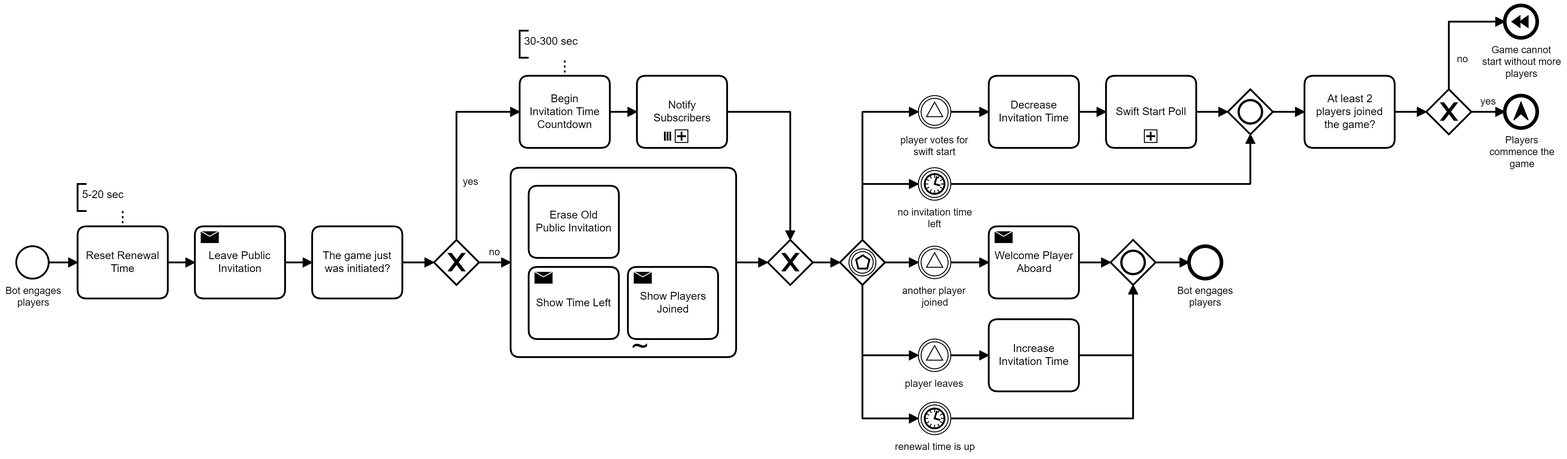
Earlier version of the BPMN export Processes/Invite Players.png (nonstorio/nosenstory-design). Its source is kept beside it as Processes/Invite Players.bpmn. Ids are renumbered.
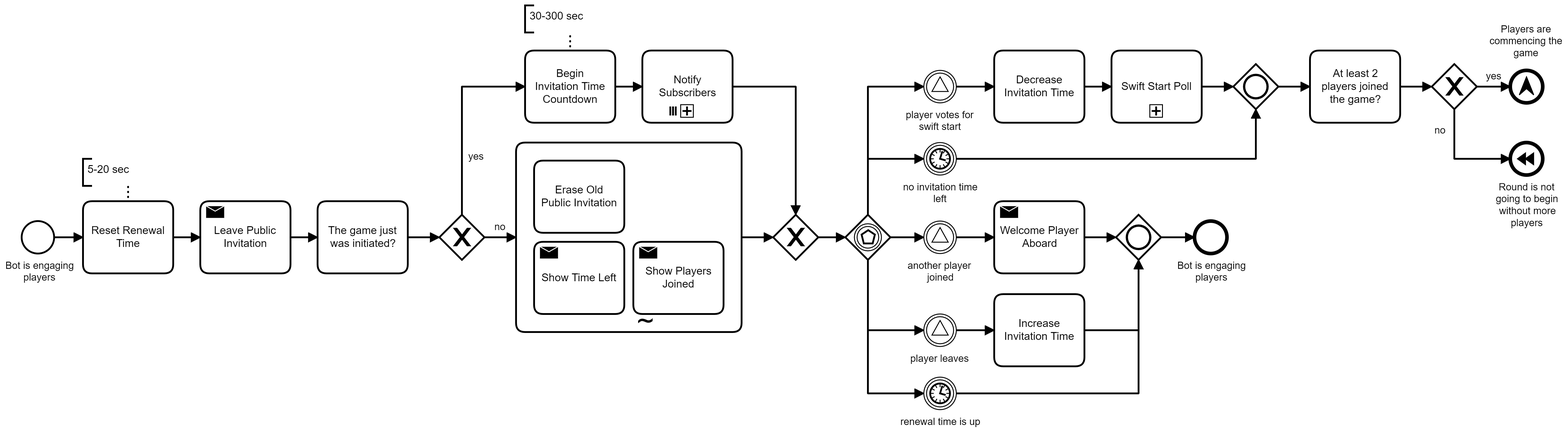
Later version of the same file.

The edit, as a diff of the source:
```diff
@@ -1,6 +1,6 @@
 <bpmn:definitions xmlns:bpmn="http://www.omg.org/spec/BPMN/20100524/MODEL" xmlns:bpmndi="http://www.omg.org/spec/BPMN/20100524/DI" xmlns:dc="http://www.omg.org/spec/DD/20100524/DC" xmlns:di="http://www.omg.org/spec/DD/20100524/DI" id="Definitions_n1" targetNamespace="http://bpmn.io/schema/bpmn" exporter="Camunda Modeler" exporterVersion="3.7.0">
   <bpmn:process id="Process_n2" name="Invite Players" isExecutable="true">
-    <bpmn:startEvent id="StartEvent_1" name="Bot engages players">
+    <bpmn:startEvent id="StartEvent_1" name="Bot is engaging players">
       <bpmn:outgoing>Flow_n3</bpmn:outgoing>
     </bpmn:startEvent>
     <bpmn:sequenceFlow id="Flow_n3" sourceRef="StartEvent_1" targetRef="Activity_n4" />
@@ -39,7 +39,7 @@
       <bpmn:timerEventDefinition id="TimerEventDefinition_n25" />
     </bpmn:intermediateCatchEvent>
     <bpmn:sequenceFlow id="Flow_n18" sourceRef="Gateway_n17" targetRef="Event_n23" />
-    <bpmn:endEvent id="Event_n26" name="Bot engages players">
+    <bpmn:endEvent id="Event_n26" name="Bot is engaging players">
       <bpmn:incoming>Flow_n27</bpmn:incoming>
     </bpmn:endEvent>
     <bpmn:sequenceFlow id="Flow_n19" sourceRef="Gateway_n17" targetRef="Event_n28" />
@@ -82,7 +82,7 @@
     </bpmn:adHocSubProcess>
     <bpmn:sequenceFlow id="Flow_n15" sourceRef="Activity_n43" targetRef="Gateway_n13" />
     <bpmn:sequenceFlow id="Flow_n12" name="no" sourceRef="Gateway_n9" targetRef="Activity_n43" />
-    <bpmn:endEvent id="Event_n47" name="Players commence the game">
+    <bpmn:endEvent id="Event_n47" name="Players are commencing the game">
       <bpmn:incoming>Flow_n48</bpmn:incoming>
       <bpmn:escalationEventDefinition id="EscalationEventDefinition_n49" />
     </bpmn:endEvent>
@@ -141,7 +141,7 @@
     </bpmn:exclusiveGateway>
     <bpmn:sequenceFlow id="Flow_n48" name="yes" sourceRef="Gateway_n63" targetRef="Event_n47" />
     <bpmn:sequenceFlow id="Flow_n64" name="no" sourceRef="Gateway_n63" targetRef="Event_n65" />
-    <bpmn:endEvent id="Event_n65" name="Game cannot start without more players">
+    <bpmn:endEvent id="Event_n65" name="Round is not going to begin without more players">
       <bpmn:incoming>Flow_n64</bpmn:incoming>
       <bpmn:compensateEventDefinition id="CompensateEventDefinition_n66" />
     </bpmn:endEvent>
@@ -164,7 +164,7 @@
       <bpmndi:BPMNShape id="_BPMNShape_StartEvent_2" bpmnElement="StartEvent_1">
         <dc:Bounds x="172" y="319" width="36" height="36" />
         <bpmndi:BPMNLabel>
-          <dc:Bounds x="160" y="362" width="63" height="27" />
+          <dc:Bounds x="154" y="362" width="76" height="27" />
         </bpmndi:BPMNLabel>
       </bpmndi:BPMNShape>
       <bpmndi:BPMNEdge id="Flow_n3_di" bpmnElement="Flow_n3">
@@ -218,7 +218,7 @@
       <bpmndi:BPMNShape id="Event_n26_di" bpmnElement="Event_n26">
         <dc:Bounds x="1472" y="319" width="36" height="36" />
         <bpmndi:BPMNLabel>
-          <dc:Bounds x="1459" y="362" width="63" height="27" />
+          <dc:Bounds x="1453" y="362" width="76" height="27" />
         </bpmndi:BPMNLabel>
       </bpmndi:BPMNShape>
       <bpmndi:BPMNEdge id="Flow_n19_di" bpmnElement="Flow_n19">
@@ -300,7 +300,7 @@
       <bpmndi:BPMNShape id="Event_16b0lgf_di" bpmnElement="Event_n47">
         <dc:Bounds x="1822" y="152" width="36" height="36" />
         <bpmndi:BPMNLabel>
-          <dc:Bounds x="1805" y="195" width="73" height="40" />
+          <dc:Bounds x="1799" y="100" width="81" height="40" />
         </bpmndi:BPMNLabel>
       </bpmndi:BPMNShape>
       <bpmndi:BPMNShape id="Activity_n42_di" bpmnElement="Activity_n42">
@@ -393,17 +393,17 @@
         </bpmndi:BPMNLabel>
       </bpmndi:BPMNEdge>
       <bpmndi:BPMNEdge id="Flow_n64_di" bpmnElement="Flow_n64">
-        <di:waypoint x="1760" y="145" />
-        <di:waypoint x="1760" y="70" />
-        <di:waypoint x="1822" y="70" />
+        <di:waypoint x="1760" y="195" />
+        <di:waypoint x="1760" y="250" />
+        <di:waypoint x="1822" y="250" />
         <bpmndi:BPMNLabel>
-          <dc:Bounds x="1769" y="105" width="13" height="14" />
+          <dc:Bounds x="1738" y="212" width="13" height="14" />
         </bpmndi:BPMNLabel>
       </bpmndi:BPMNEdge>
       <bpmndi:BPMNShape id="Event_1y55bq5_di" bpmnElement="Event_n65">
-        <dc:Bounds x="1822" y="52" width="36" height="36" />
+        <dc:Bounds x="1822" y="232" width="36" height="36" />
         <bpmndi:BPMNLabel>
-          <dc:Bounds x="1797" y="95" width="88" height="40" />
+          <dc:Bounds x="1806" y="275" width="70" height="53" />
         </bpmndi:BPMNLabel>
       </bpmndi:BPMNShape>
       <bpmndi:BPMNShape id="TextAnnotation_n67_di" bpmnElement="TextAnnotation_n67">
```
